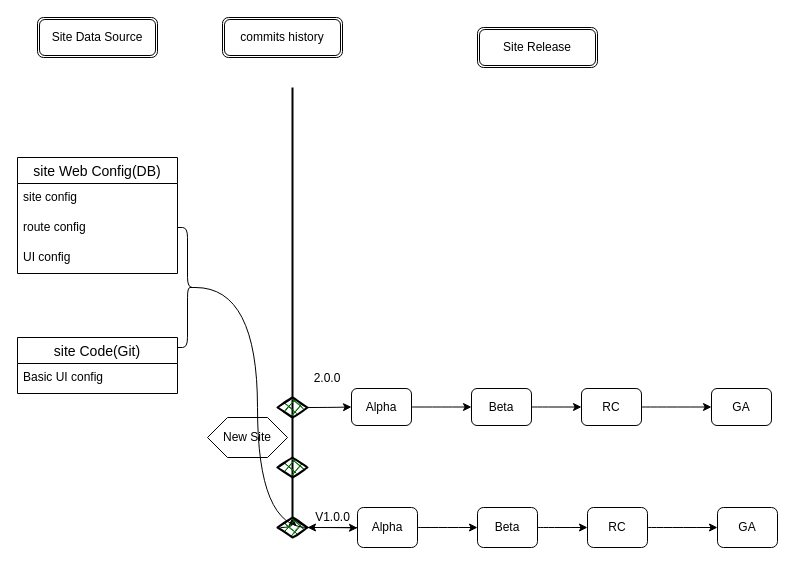
Earlier version of the draw.io diagram Untitled Diagram.drawio (SunShine1720/Dynamic). Source tidied: cells renumbered, new cells numbered last; positions are measured from the earlier drawing's top-left corner, leaving out a move shared by most shapes. Both pictures are drawn from the tidied source at 100%, with x=0, y=0 at pixel (17, 17).
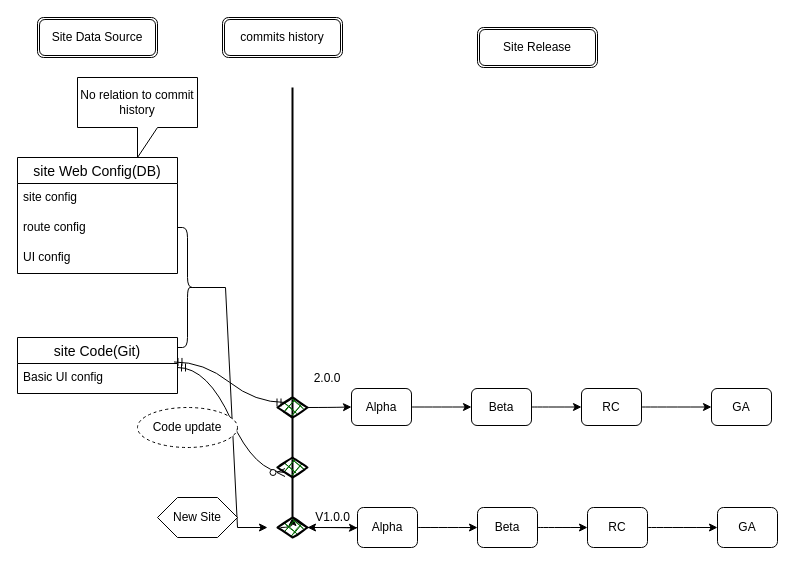
After the change.

Unchanged cells that the change refers to:
```xml
<mxCell id="9" value="Basic UI config" style="text;strokeColor=none;fillColor=none;spacingLeft=4;spacingRight=4;overflow=hidden;points=[[0,0.5],[1,0.5]];portConstraint=eastwest;fontSize=12;" parent="8" vertex="1">
  <mxGeometry y="26" width="160" height="30" as="geometry" />
</mxCell>
<mxCell id="13" style="shape=curlyBracket;whiteSpace=wrap;html=1;rounded=1;flipH=1;" parent="1" vertex="1">
  <mxGeometry x="160" y="210" width="20" height="120" as="geometry" />
</mxCell>
<mxCell id="17" style="rhombus;whiteSpace=wrap;html=1;strokeWidth=2;fillWeight=-1;hachureGap=8;fillStyle=cross-hatch;fillColor=#006600;sketch=1;" parent="1" vertex="1">
  <mxGeometry x="260" y="500" width="30" height="20" as="geometry" />
</mxCell>
<mxCell id="28" style="rhombus;whiteSpace=wrap;html=1;strokeWidth=2;fillWeight=-1;hachureGap=8;fillStyle=cross-hatch;fillColor=#006600;sketch=1;" parent="1" vertex="1">
  <mxGeometry x="260" y="380" width="30" height="20" as="geometry" />
</mxCell>
<mxCell id="37" style="rhombus;whiteSpace=wrap;html=1;strokeWidth=2;fillWeight=-1;hachureGap=8;fillStyle=cross-hatch;fillColor=#006600;sketch=1;" parent="1" vertex="1">
  <mxGeometry x="260" y="440" width="30" height="20" as="geometry" />
</mxCell>
```

The edit, as a diff of the source:
```diff
@@
+    <mxCell id="38" style="edgeStyle=entityRelationEdgeStyle;rounded=0;jettySize=auto;html=1;exitX=0.1;exitY=0.5;exitDx=0;exitDy=0;exitPerimeter=0;" parent="1" edge="1" source="13">
+      <mxGeometry relative="1" as="geometry">
+        <mxPoint x="250" y="510" as="targetPoint" />
+      </mxGeometry>
+    </mxCell>
@@
     <mxCell id="14" value="New Site" style="shape=hexagon;perimeter=hexagonPerimeter2;whiteSpace=wrap;html=1;fixedSize=1;" parent="1" vertex="1">
-      <mxGeometry x="190" y="400" width="80" height="40" as="geometry" />
+      <mxGeometry x="140" y="480" width="80" height="40" as="geometry" />
     </mxCell>
@@
-    <mxCell id="18" style="edgeStyle=orthogonalEdgeStyle;curved=1;rounded=0;jettySize=auto;html=1;exitX=0.1;exitY=0.5;exitDx=0;exitDy=0;exitPerimeter=0;entryX=1;entryY=0.5;entryDx=0;entryDy=0;entryPerimeter=0;endArrow=none;" parent="1" edge="1" source="13" target="17">
-      <mxGeometry relative="1" as="geometry">
-        <Array as="points">
-          <mxPoint x="240" y="270" />
-          <mxPoint x="240" y="510" />
-        </Array>
-      </mxGeometry>
-    </mxCell>
@@
+    <mxCell id="39" value="No relation to commit history" style="shape=callout;whiteSpace=wrap;html=1;perimeter=calloutPerimeter;" parent="1" vertex="1">
+      <mxGeometry x="60" y="60" width="120" height="80" as="geometry" />
+    </mxCell>
+    <mxCell id="40" style="edgeStyle=entityRelationEdgeStyle;fontSize=12;html=1;endArrow=ERmandOne;startArrow=ERmandOne;rounded=0;curved=1;entryX=0;entryY=0;entryDx=0;entryDy=0;exitX=0.978;exitY=-0.052;exitDx=0;exitDy=0;exitPerimeter=0;" parent="1" edge="1" source="9" target="28">
+      <mxGeometry relative="1" as="geometry" />
+    </mxCell>
+    <mxCell id="41" style="edgeStyle=entityRelationEdgeStyle;fontSize=12;html=1;endArrow=ERzeroToMany;startArrow=ERmandOne;rounded=0;curved=1;entryX=0;entryY=1;entryDx=0;entryDy=0;" parent="1" edge="1" target="37">
+      <mxGeometry relative="1" as="geometry">
+        <mxPoint x="160" y="350" as="sourcePoint" />
+      </mxGeometry>
+    </mxCell>
+    <mxCell id="42" value="Code update" style="ellipse;whiteSpace=wrap;html=1;align=center;dashed=1;" parent="1" vertex="1">
+      <mxGeometry x="120" y="390" width="100" height="40" as="geometry" />
+    </mxCell>
```
